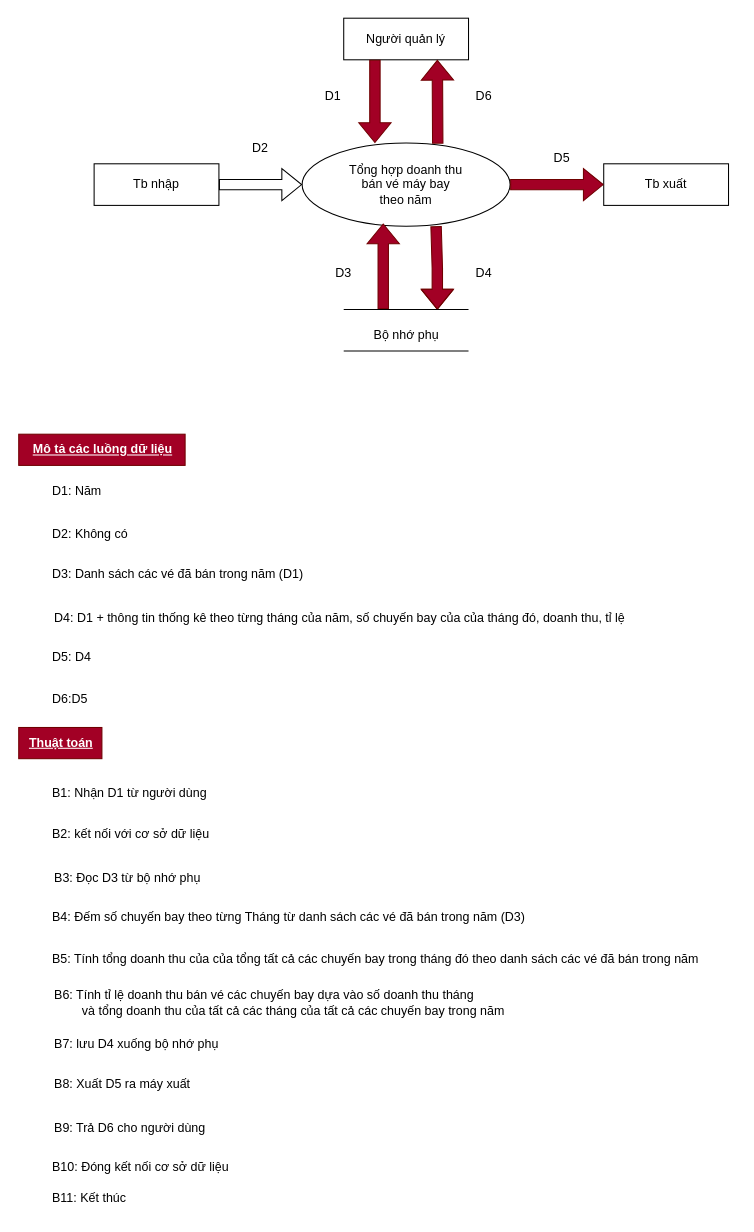
phat9824/Flight_ticket_manegement keeps this draw.io diagram as DFD/yc5_c2_ket_xuat.drawio. Above is the earlier version. Source tidied: cells renumbered, new cells numbered last; positions are measured from the earlier drawing's top-left corner, leaving out a move shared by most shapes. Both pictures are drawn from the tidied source at 104%, with x=0, y=0 at pixel (19, 18).
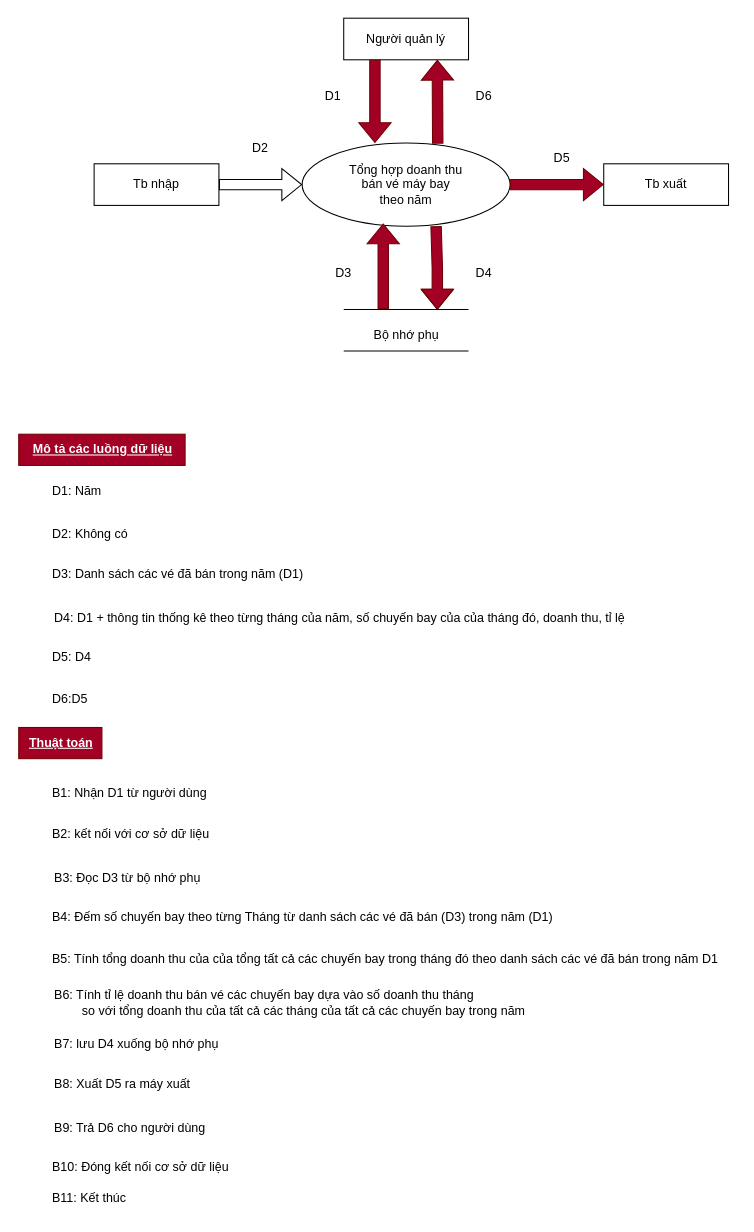
Above is the later version.

Change to the diagram source:
```diff
@@
-    <mxCell id="30" value="B4: Đếm số chuyến bay theo từng Tháng từ danh sách các vé đã bán trong năm (D3)" style="text;html=1;align=left;verticalAlign=middle;strokeColor=none;fillColor=none;" parent="1" vertex="1">
-      <mxGeometry x="29.5" y="850" width="480" height="30" as="geometry" />
+    <mxCell id="30" value="B4: Đếm số chuyến bay theo từng Tháng từ danh sách các vé đã bán (D3) trong năm (D1)" style="text;html=1;align=left;verticalAlign=middle;strokeColor=none;fillColor=none;" parent="1" vertex="1">
+      <mxGeometry x="29.5" y="850" width="500" height="30" as="geometry" />
     </mxCell>
-    <mxCell id="31" value="B5: Tính tổng doanh thu của của tổng tất cả các chuyến bay trong tháng đó theo danh sách các vé đã bán trong năm" style="text;html=1;align=left;verticalAlign=middle;strokeColor=none;fillColor=none;" parent="1" vertex="1">
-      <mxGeometry x="29.5" y="890" width="650" height="30" as="geometry" />
+    <mxCell id="31" value="B5: Tính tổng doanh thu của của tổng tất cả các chuyến bay trong tháng đó theo danh sách các vé đã bán trong năm D1" style="text;html=1;align=left;verticalAlign=middle;strokeColor=none;fillColor=none;" parent="1" vertex="1">
+      <mxGeometry x="29.5" y="890" width="660" height="30" as="geometry" />
     </mxCell>
-    <mxCell id="32" value="B6: Tính tỉ lệ doanh thu bán vé các chuyến bay dựa vào số doanh thu tháng&lt;br&gt;&lt;span style=&quot;white-space: pre;&quot;&gt;&#9;&lt;/span&gt;và tổng doanh thu của tất cả các tháng của tất cả các chuyến bay trong năm&amp;nbsp;" style="text;html=1;align=left;verticalAlign=middle;strokeColor=none;fillColor=none;" parent="1" vertex="1">
-      <mxGeometry x="32" y="927" width="460" height="40" as="geometry" />
+    <mxCell id="32" value="B6: Tính tỉ lệ doanh thu bán vé các chuyến bay dựa vào số doanh thu tháng&lt;br&gt;&lt;span style=&quot;white-space: pre;&quot;&gt;&#9;&lt;/span&gt;so với&amp;nbsp;tổng doanh thu của tất cả các tháng của tất cả các chuyến bay trong năm&amp;nbsp;" style="text;html=1;align=left;verticalAlign=middle;strokeColor=none;fillColor=none;" parent="1" vertex="1">
+      <mxGeometry x="32" y="927" width="480" height="40" as="geometry" />
     </mxCell>
```
